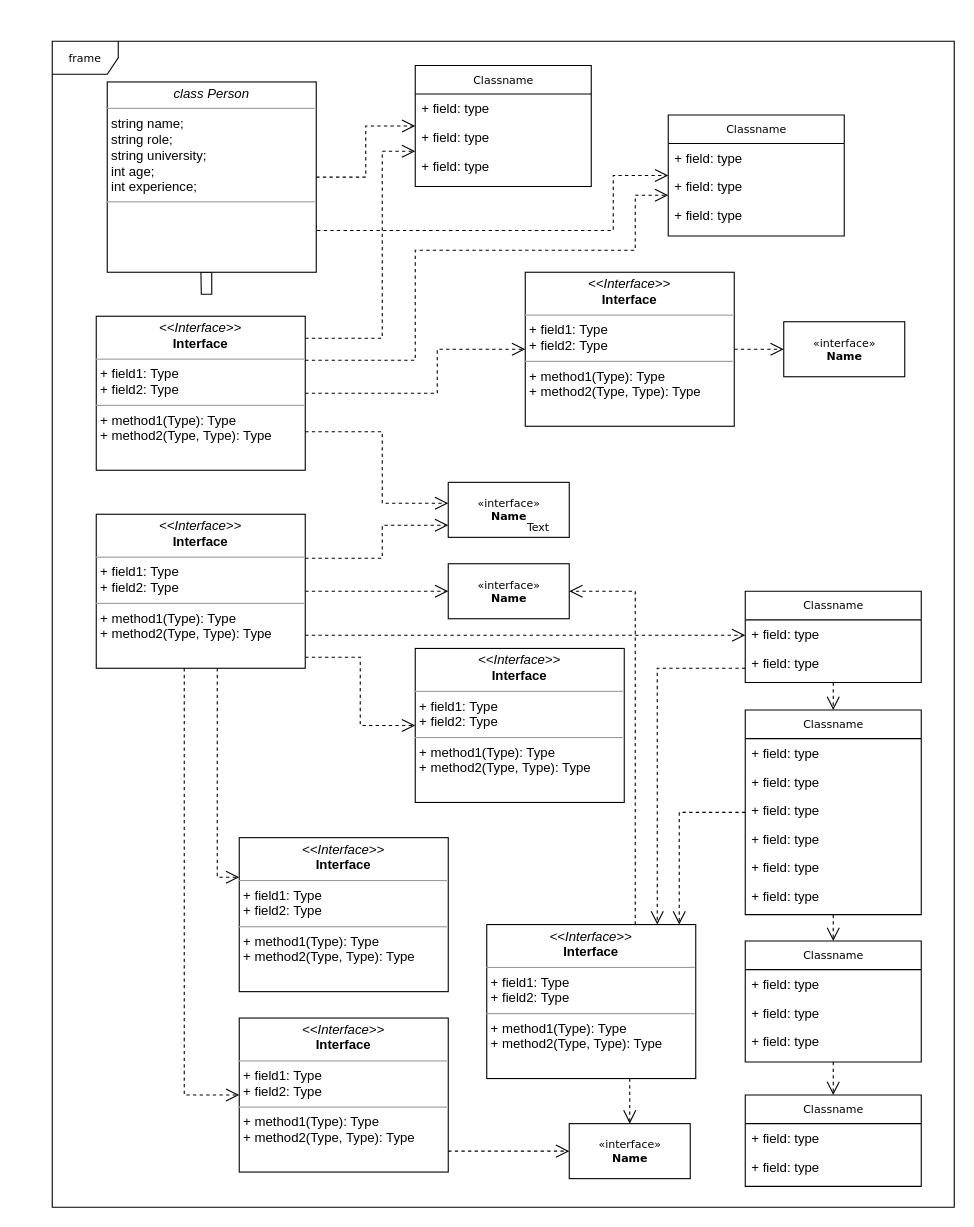
Earlier version of the draw.io diagram Untitled Diagram.drawio (MonishKD/ProgramProject). Source tidied: cells renumbered, new cells numbered last; positions are measured from the earlier drawing's top-left corner, leaving out a move shared by most shapes. Both pictures are drawn from the tidied source at 110%, with x=0, y=0 at pixel (52, 41).
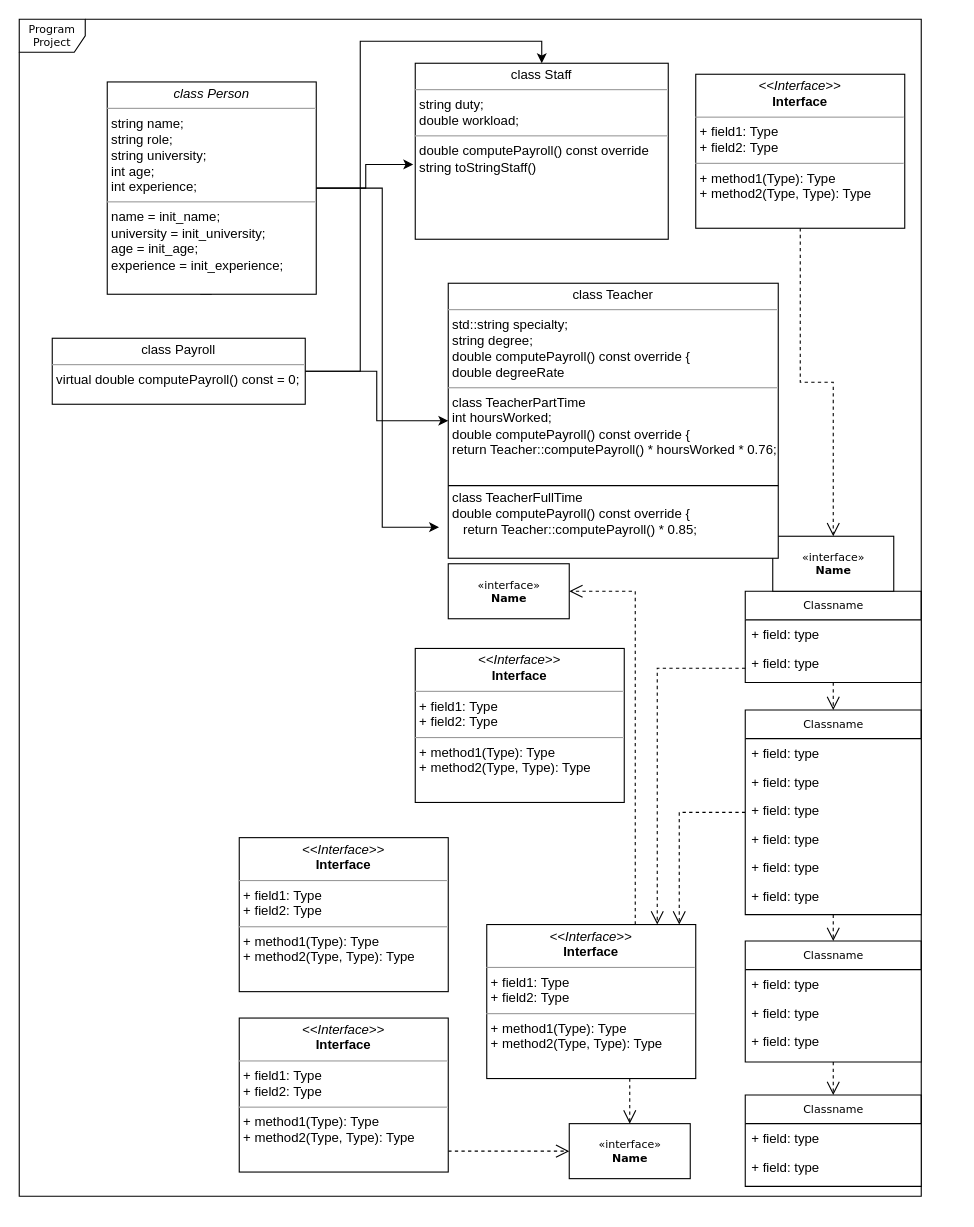
The same page after the edit.

The change refers to these unchanged cells:
```xml
<mxCell id="29" value="Classname" style="swimlane;html=1;fontStyle=0;horizontal=1;startSize=26;fillColor=none;swimlaneFillColor=#ffffff;rounded=0;shadow=0;comic=0;labelBackgroundColor=none;strokeWidth=1;fontFamily=Verdana;fontSize=10;align=center;" parent="1" vertex="1">
  <mxGeometry x="630" y="500" width="160" height="83" as="geometry" />
</mxCell>
<mxCell id="36" value="&lt;p style=&quot;margin:0px;margin-top:4px;text-align:center;&quot;&gt;&lt;i&gt;&amp;lt;&amp;lt;Interface&amp;gt;&amp;gt;&lt;/i&gt;&lt;br/&gt;&lt;b&gt;Interface&lt;/b&gt;&lt;/p&gt;&lt;hr size=&quot;1&quot;/&gt;&lt;p style=&quot;margin:0px;margin-left:4px;&quot;&gt;+ field1: Type&lt;br/&gt;+ field2: Type&lt;/p&gt;&lt;hr size=&quot;1&quot;/&gt;&lt;p style=&quot;margin:0px;margin-left:4px;&quot;&gt;+ method1(Type): Type&lt;br/&gt;+ method2(Type, Type): Type&lt;/p&gt;" style="verticalAlign=top;align=left;overflow=fill;fontSize=12;fontFamily=Helvetica;html=1;rounded=0;shadow=0;comic=0;labelBackgroundColor=none;strokeWidth=1;" parent="1" vertex="1">
  <mxGeometry x="330" y="552" width="190" height="140" as="geometry" />
</mxCell>
<mxCell id="38" value="&lt;p style=&quot;margin:0px;margin-top:4px;text-align:center;&quot;&gt;&lt;i&gt;&amp;lt;&amp;lt;Interface&amp;gt;&amp;gt;&lt;/i&gt;&lt;br/&gt;&lt;b&gt;Interface&lt;/b&gt;&lt;/p&gt;&lt;hr size=&quot;1&quot;/&gt;&lt;p style=&quot;margin:0px;margin-left:4px;&quot;&gt;+ field1: Type&lt;br/&gt;+ field2: Type&lt;/p&gt;&lt;hr size=&quot;1&quot;/&gt;&lt;p style=&quot;margin:0px;margin-left:4px;&quot;&gt;+ method1(Type): Type&lt;br/&gt;+ method2(Type, Type): Type&lt;/p&gt;" style="verticalAlign=top;align=left;overflow=fill;fontSize=12;fontFamily=Helvetica;html=1;rounded=0;shadow=0;comic=0;labelBackgroundColor=none;strokeWidth=1;" parent="1" vertex="1">
  <mxGeometry x="170" y="888" width="190" height="140" as="geometry" />
</mxCell>
<mxCell id="39" value="&lt;p style=&quot;margin:0px;margin-top:4px;text-align:center;&quot;&gt;&lt;i&gt;&amp;lt;&amp;lt;Interface&amp;gt;&amp;gt;&lt;/i&gt;&lt;br/&gt;&lt;b&gt;Interface&lt;/b&gt;&lt;/p&gt;&lt;hr size=&quot;1&quot;/&gt;&lt;p style=&quot;margin:0px;margin-left:4px;&quot;&gt;+ field1: Type&lt;br/&gt;+ field2: Type&lt;/p&gt;&lt;hr size=&quot;1&quot;/&gt;&lt;p style=&quot;margin:0px;margin-left:4px;&quot;&gt;+ method1(Type): Type&lt;br/&gt;+ method2(Type, Type): Type&lt;/p&gt;" style="verticalAlign=top;align=left;overflow=fill;fontSize=12;fontFamily=Helvetica;html=1;rounded=0;shadow=0;comic=0;labelBackgroundColor=none;strokeWidth=1;" parent="1" vertex="1">
  <mxGeometry x="170" y="724" width="190" height="140" as="geometry" />
</mxCell>
<mxCell id="40" value="&amp;laquo;interface&amp;raquo;&lt;br&gt;&lt;b&gt;Name&lt;/b&gt;" style="html=1;rounded=0;shadow=0;comic=0;labelBackgroundColor=none;strokeWidth=1;fontFamily=Verdana;fontSize=10;align=center;" parent="1" vertex="1">
  <mxGeometry x="360" y="475" width="110" height="50" as="geometry" />
</mxCell>
```

Change to the diagram source:
```diff
@@
-    <mxCell id="2" value="frame" style="shape=umlFrame;whiteSpace=wrap;html=1;rounded=0;shadow=0;comic=0;labelBackgroundColor=none;strokeWidth=1;fontFamily=Verdana;fontSize=10;align=center;" parent="1" vertex="1">
-      <mxGeometry width="820" height="1060" as="geometry" />
+    <mxCell id="2" value="Program Project" style="shape=umlFrame;whiteSpace=wrap;html=1;rounded=0;shadow=0;comic=0;labelBackgroundColor=none;strokeWidth=1;fontFamily=Verdana;fontSize=10;align=center;" parent="1" vertex="1">
+      <mxGeometry x="-30" y="-20" width="820" height="1070" as="geometry" />
     </mxCell>
@@
-    <mxCell id="12" value="Classname" style="swimlane;html=1;fontStyle=0;horizontal=1;startSize=26;fillColor=none;swimlaneFillColor=#ffffff;rounded=0;shadow=0;comic=0;labelBackgroundColor=none;strokeWidth=1;fontFamily=Verdana;fontSize=10;align=center;" parent="1" vertex="1">
-      <mxGeometry x="330" y="22" width="160" height="110" as="geometry" />
-    </mxCell>
-    <mxCell id="13" value="+ field: type" style="text;html=1;strokeColor=none;fillColor=none;align=left;verticalAlign=top;spacingLeft=4;spacingRight=4;whiteSpace=wrap;overflow=hidden;" parent="12" vertex="1">
-      <mxGeometry y="26" width="160" height="26" as="geometry" />
-    </mxCell>
-    <mxCell id="14" value="+ field: type" style="text;html=1;strokeColor=none;fillColor=none;align=left;verticalAlign=top;spacingLeft=4;spacingRight=4;whiteSpace=wrap;overflow=hidden;" parent="12" vertex="1">
-      <mxGeometry y="52" width="160" height="26" as="geometry" />
-    </mxCell>
-    <mxCell id="15" value="+ field: type" style="text;html=1;strokeColor=none;fillColor=none;align=left;verticalAlign=top;spacingLeft=4;spacingRight=4;whiteSpace=wrap;overflow=hidden;" parent="12" vertex="1">
-      <mxGeometry y="78" width="160" height="26" as="geometry" />
-    </mxCell>
-    <mxCell id="16" value="Classname" style="swimlane;html=1;fontStyle=0;horizontal=1;startSize=26;fillColor=none;swimlaneFillColor=#ffffff;rounded=0;shadow=0;comic=0;labelBackgroundColor=none;strokeWidth=1;fontFamily=Verdana;fontSize=10;align=center;" parent="1" vertex="1">
-      <mxGeometry x="560" y="67" width="160" height="110" as="geometry" />
-    </mxCell>
-    <mxCell id="17" value="+ field: type" style="text;html=1;strokeColor=none;fillColor=none;align=left;verticalAlign=top;spacingLeft=4;spacingRight=4;whiteSpace=wrap;overflow=hidden;" parent="16" vertex="1">
-      <mxGeometry y="26" width="160" height="26" as="geometry" />
-    </mxCell>
-    <mxCell id="18" value="+ field: type" style="text;html=1;strokeColor=none;fillColor=none;align=left;verticalAlign=top;spacingLeft=4;spacingRight=4;whiteSpace=wrap;overflow=hidden;" parent="16" vertex="1">
-      <mxGeometry y="52" width="160" height="26" as="geometry" />
-    </mxCell>
-    <mxCell id="19" value="+ field: type" style="text;html=1;strokeColor=none;fillColor=none;align=left;verticalAlign=top;spacingLeft=4;spacingRight=4;whiteSpace=wrap;overflow=hidden;" parent="16" vertex="1">
-      <mxGeometry y="78" width="160" height="26" as="geometry" />
-    </mxCell>
@@
-    <mxCell id="41" value="&amp;laquo;interface&amp;raquo;&lt;br&gt;&lt;b&gt;Name&lt;/b&gt;" style="html=1;rounded=0;shadow=0;comic=0;labelBackgroundColor=none;strokeWidth=1;fontFamily=Verdana;fontSize=10;align=center;" parent="1" vertex="1">
-      <mxGeometry x="360" y="401" width="110" height="50" as="geometry" />
-    </mxCell>
@@
     <mxCell id="43" value="&lt;p style=&quot;margin:0px;margin-top:4px;text-align:center;&quot;&gt;&lt;i&gt;&amp;lt;&amp;lt;Interface&amp;gt;&amp;gt;&lt;/i&gt;&lt;br/&gt;&lt;b&gt;Interface&lt;/b&gt;&lt;/p&gt;&lt;hr size=&quot;1&quot;/&gt;&lt;p style=&quot;margin:0px;margin-left:4px;&quot;&gt;+ field1: Type&lt;br/&gt;+ field2: Type&lt;/p&gt;&lt;hr size=&quot;1&quot;/&gt;&lt;p style=&quot;margin:0px;margin-left:4px;&quot;&gt;+ method1(Type): Type&lt;br/&gt;+ method2(Type, Type): Type&lt;/p&gt;" style="verticalAlign=top;align=left;overflow=fill;fontSize=12;fontFamily=Helvetica;html=1;rounded=0;shadow=0;comic=0;labelBackgroundColor=none;strokeWidth=1;" parent="1" vertex="1">
-      <mxGeometry x="430" y="210" width="190" height="140" as="geometry" />
+      <mxGeometry x="585" y="30" width="190" height="140" as="geometry" />
     </mxCell>
-    <mxCell id="44" value="Text" style="text;html=1;align=left;verticalAlign=top;spacingTop=-4;fontSize=10;fontFamily=Verdana;fontColor=#000000;" parent="1" vertex="1">
-      <mxGeometry x="430" y="434" width="40" height="10" as="geometry" />
-    </mxCell>
     <mxCell id="45" value="&amp;laquo;interface&amp;raquo;&lt;br&gt;&lt;b&gt;Name&lt;/b&gt;" style="html=1;rounded=0;shadow=0;comic=0;labelBackgroundColor=none;strokeWidth=1;fontFamily=Verdana;fontSize=10;align=center;" parent="1" vertex="1">
-      <mxGeometry x="665" y="255" width="110" height="50" as="geometry" />
+      <mxGeometry x="655" y="450" width="110" height="50" as="geometry" />
     </mxCell>
-    <mxCell id="46" style="edgeStyle=orthogonalEdgeStyle;rounded=0;html=1;labelBackgroundColor=none;startFill=0;endArrow=open;endFill=0;endSize=10;fontFamily=Verdana;fontSize=10;dashed=1;" parent="1" edge="1" source="50" target="12">
-      <mxGeometry relative="1" as="geometry" />
-    </mxCell>
-    <mxCell id="47" style="edgeStyle=orthogonalEdgeStyle;rounded=0;html=1;exitX=1;exitY=0.75;dashed=1;labelBackgroundColor=none;startFill=0;endArrow=open;endFill=0;endSize=10;fontFamily=Verdana;fontSize=10;" parent="1" edge="1" source="50" target="16">
-      <mxGeometry relative="1" as="geometry">
-        <Array as="points">
-          <mxPoint x="510" y="172" />
-          <mxPoint x="510" y="122" />
-        </Array>
-      </mxGeometry>
-    </mxCell>
-    <mxCell id="48" style="edgeStyle=orthogonalEdgeStyle;rounded=0;jettySize=auto;html=1;" parent="1" edge="1" source="50">
-      <mxGeometry relative="1" as="geometry">
-        <mxPoint x="135" y="200" as="targetPoint" />
-      </mxGeometry>
-    </mxCell>
@@
+    <mxCell id="64" style="edgeStyle=orthogonalEdgeStyle;rounded=0;jettySize=auto;html=1;entryX=-0.008;entryY=0.575;entryDx=0;entryDy=0;entryPerimeter=0;" parent="1" edge="1" source="50" target="67">
+      <mxGeometry relative="1" as="geometry" />
+    </mxCell>
-    <mxCell id="50" value="&lt;p style=&quot;margin:0px;margin-top:4px;text-align:center;&quot;&gt;&lt;i&gt;class Person&lt;/i&gt;&lt;/p&gt;&lt;hr size=&quot;1&quot;&gt;&lt;p style=&quot;margin:0px;margin-left:4px;&quot;&gt;string name;&amp;nbsp;&lt;/p&gt;&lt;p style=&quot;margin:0px;margin-left:4px;&quot;&gt;string role;&amp;nbsp;&lt;/p&gt;&lt;p style=&quot;margin:0px;margin-left:4px;&quot;&gt;string university;&amp;nbsp;&lt;/p&gt;&lt;p style=&quot;margin:0px;margin-left:4px;&quot;&gt;int age;&amp;nbsp;&lt;/p&gt;&lt;p style=&quot;margin:0px;margin-left:4px;&quot;&gt;int experience;&amp;nbsp;&lt;/p&gt;&lt;hr size=&quot;1&quot;&gt;&lt;p style=&quot;margin:0px;margin-left:4px;&quot;&gt;&lt;br&gt;&lt;/p&gt;" style="verticalAlign=top;align=left;overflow=fill;fontSize=12;fontFamily=Helvetica;html=1;rounded=0;shadow=0;comic=0;labelBackgroundColor=none;strokeWidth=1;" parent="1" vertex="1">
-      <mxGeometry x="50" y="37" width="190" height="173" as="geometry" />
+    <mxCell id="50" value="&lt;p style=&quot;margin:0px;margin-top:4px;text-align:center;&quot;&gt;&lt;i&gt;class Person&lt;/i&gt;&lt;/p&gt;&lt;hr size=&quot;1&quot;&gt;&lt;p style=&quot;margin:0px;margin-left:4px;&quot;&gt;string name;&amp;nbsp;&lt;/p&gt;&lt;p style=&quot;margin:0px;margin-left:4px;&quot;&gt;string role;&amp;nbsp;&lt;/p&gt;&lt;p style=&quot;margin:0px;margin-left:4px;&quot;&gt;string university;&amp;nbsp;&lt;/p&gt;&lt;p style=&quot;margin:0px;margin-left:4px;&quot;&gt;int age;&amp;nbsp;&lt;/p&gt;&lt;p style=&quot;margin:0px;margin-left:4px;&quot;&gt;int experience;&amp;nbsp;&lt;/p&gt;&lt;hr size=&quot;1&quot;&gt;&lt;p style=&quot;margin:0px;margin-left:4px;&quot;&gt;name = init_name;&amp;nbsp;&lt;/p&gt;&lt;p style=&quot;margin:0px;margin-left:4px;&quot;&gt;university = init_university;&amp;nbsp;&lt;/p&gt;&lt;p style=&quot;margin:0px;margin-left:4px;&quot;&gt;age = init_age;&amp;nbsp;&lt;/p&gt;&lt;p style=&quot;margin:0px;margin-left:4px;&quot;&gt;experience = init_experience;&amp;nbsp;&lt;/p&gt;" style="verticalAlign=top;align=left;overflow=fill;fontSize=12;fontFamily=Helvetica;html=1;rounded=0;shadow=0;comic=0;labelBackgroundColor=none;strokeWidth=1;" parent="1" vertex="1">
+      <mxGeometry x="50" y="37" width="190" height="193" as="geometry" />
     </mxCell>
-    <mxCell id="51" style="edgeStyle=orthogonalEdgeStyle;rounded=0;html=1;dashed=1;labelBackgroundColor=none;startFill=0;endArrow=open;endFill=0;endSize=10;fontFamily=Verdana;fontSize=10;" parent="1" edge="1" source="55" target="12">
-      <mxGeometry relative="1" as="geometry">
-        <Array as="points">
-          <mxPoint x="300" y="270" />
-          <mxPoint x="300" y="100" />
-        </Array>
-      </mxGeometry>
-    </mxCell>
-    <mxCell id="52" style="edgeStyle=orthogonalEdgeStyle;rounded=0;html=1;dashed=1;labelBackgroundColor=none;startFill=0;endArrow=open;endFill=0;endSize=10;fontFamily=Verdana;fontSize=10;" parent="1" edge="1" source="55" target="16">
-      <mxGeometry relative="1" as="geometry">
-        <Array as="points">
-          <mxPoint x="330" y="290" />
-          <mxPoint x="330" y="190" />
-          <mxPoint x="530" y="190" />
-          <mxPoint x="530" y="140" />
-        </Array>
-      </mxGeometry>
-    </mxCell>
-    <mxCell id="53" style="edgeStyle=orthogonalEdgeStyle;rounded=0;html=1;dashed=1;labelBackgroundColor=none;startFill=0;endArrow=open;endFill=0;endSize=10;fontFamily=Verdana;fontSize=10;" parent="1" edge="1" source="55" target="43">
-      <mxGeometry relative="1" as="geometry">
-        <Array as="points">
-          <mxPoint x="350" y="320" />
-          <mxPoint x="350" y="280" />
-        </Array>
-      </mxGeometry>
-    </mxCell>
-    <mxCell id="54" style="edgeStyle=orthogonalEdgeStyle;rounded=0;html=1;exitX=1;exitY=0.75;dashed=1;labelBackgroundColor=none;startFill=0;endArrow=open;endFill=0;endSize=10;fontFamily=Verdana;fontSize=10;" parent="1" edge="1" source="55" target="41">
-      <mxGeometry relative="1" as="geometry">
-        <Array as="points">
-          <mxPoint x="300" y="355" />
-          <mxPoint x="300" y="420" />
-        </Array>
-      </mxGeometry>
-    </mxCell>
-    <mxCell id="55" value="&lt;p style=&quot;margin:0px;margin-top:4px;text-align:center;&quot;&gt;&lt;i&gt;&amp;lt;&amp;lt;Interface&amp;gt;&amp;gt;&lt;/i&gt;&lt;br/&gt;&lt;b&gt;Interface&lt;/b&gt;&lt;/p&gt;&lt;hr size=&quot;1&quot;/&gt;&lt;p style=&quot;margin:0px;margin-left:4px;&quot;&gt;+ field1: Type&lt;br/&gt;+ field2: Type&lt;/p&gt;&lt;hr size=&quot;1&quot;/&gt;&lt;p style=&quot;margin:0px;margin-left:4px;&quot;&gt;+ method1(Type): Type&lt;br/&gt;+ method2(Type, Type): Type&lt;/p&gt;" style="verticalAlign=top;align=left;overflow=fill;fontSize=12;fontFamily=Helvetica;html=1;rounded=0;shadow=0;comic=0;labelBackgroundColor=none;strokeWidth=1;" parent="1" vertex="1">
-      <mxGeometry x="40" y="250" width="190" height="140" as="geometry" />
+    <mxCell id="55" value="&lt;p style=&quot;margin:0px;margin-top:4px;text-align:center;&quot;&gt;class Teacher&lt;/p&gt;&lt;hr size=&quot;1&quot;&gt;&lt;p style=&quot;margin:0px;margin-left:4px;&quot;&gt;std::string specialty;&lt;/p&gt;&lt;p style=&quot;margin:0px;margin-left:4px;&quot;&gt;string degree;&lt;/p&gt;&lt;p style=&quot;margin:0px;margin-left:4px;&quot;&gt;double computePayroll() const override {&lt;br&gt;&lt;/p&gt;&lt;p style=&quot;margin:0px;margin-left:4px;&quot;&gt;double degreeRate&lt;br&gt;&lt;/p&gt;&lt;hr size=&quot;1&quot;&gt;&lt;p style=&quot;margin:0px;margin-left:4px;&quot;&gt;class TeacherPartTime&lt;br&gt;&lt;/p&gt;&lt;p style=&quot;margin:0px;margin-left:4px;&quot;&gt;int hoursWorked;&lt;br&gt;&lt;/p&gt;&lt;p style=&quot;margin:0px;margin-left:4px;&quot;&gt;double computePayroll() const override {&lt;br&gt;&lt;/p&gt;&lt;p style=&quot;margin:0px;margin-left:4px;&quot;&gt;return Teacher::computePayroll() * hoursWorked * 0.76;&lt;br&gt;&lt;/p&gt;&lt;p style=&quot;margin:0px;margin-left:4px;&quot;&gt;&lt;br&gt;&lt;/p&gt;&lt;p style=&quot;margin:0px;margin-left:4px;&quot;&gt;&lt;br&gt;&lt;/p&gt;&lt;p style=&quot;margin:0px;margin-left:4px;&quot;&gt;class TeacherFullTime&lt;br&gt;&lt;/p&gt;&lt;p style=&quot;margin:0px;margin-left:4px;&quot;&gt;double computePayroll() const override {&lt;/p&gt;&lt;p style=&quot;margin:0px;margin-left:4px;&quot;&gt;&amp;nbsp; &amp;nbsp;return Teacher::computePayroll() * 0.85;&lt;/p&gt;" style="verticalAlign=top;align=left;overflow=fill;fontSize=12;fontFamily=Helvetica;html=1;rounded=0;shadow=0;comic=0;labelBackgroundColor=none;strokeWidth=1;" parent="1" vertex="1">
+      <mxGeometry x="360" y="220" width="300" height="250" as="geometry" />
     </mxCell>
-    <mxCell id="56" style="edgeStyle=orthogonalEdgeStyle;rounded=0;html=1;dashed=1;labelBackgroundColor=none;startFill=0;endArrow=open;endFill=0;endSize=10;fontFamily=Verdana;fontSize=10;" parent="1" edge="1" source="62" target="41">
-      <mxGeometry relative="1" as="geometry">
-        <Array as="points">
-          <mxPoint x="300" y="470" />
-          <mxPoint x="300" y="440" />
-        </Array>
-      </mxGeometry>
-    </mxCell>
-    <mxCell id="57" style="edgeStyle=orthogonalEdgeStyle;rounded=0;html=1;dashed=1;labelBackgroundColor=none;startFill=0;endArrow=open;endFill=0;endSize=10;fontFamily=Verdana;fontSize=10;" parent="1" edge="1" source="62" target="40">
-      <mxGeometry relative="1" as="geometry" />
-    </mxCell>
-    <mxCell id="58" style="edgeStyle=orthogonalEdgeStyle;rounded=0;html=1;dashed=1;labelBackgroundColor=none;startFill=0;endArrow=open;endFill=0;endSize=10;fontFamily=Verdana;fontSize=10;" parent="1" edge="1" source="62" target="36">
-      <mxGeometry relative="1" as="geometry">
-        <Array as="points">
-          <mxPoint x="280" y="560" />
-          <mxPoint x="280" y="622" />
-        </Array>
-      </mxGeometry>
-    </mxCell>
-    <mxCell id="59" style="edgeStyle=orthogonalEdgeStyle;rounded=0;html=1;dashed=1;labelBackgroundColor=none;startFill=0;endArrow=open;endFill=0;endSize=10;fontFamily=Verdana;fontSize=10;" parent="1" edge="1" source="62" target="29">
-      <mxGeometry relative="1" as="geometry">
-        <Array as="points">
-          <mxPoint x="330" y="540" />
-          <mxPoint x="330" y="540" />
-        </Array>
-      </mxGeometry>
-    </mxCell>
-    <mxCell id="60" style="edgeStyle=orthogonalEdgeStyle;rounded=0;html=1;dashed=1;labelBackgroundColor=none;startFill=0;endArrow=open;endFill=0;endSize=10;fontFamily=Verdana;fontSize=10;" parent="1" edge="1" source="62" target="39">
-      <mxGeometry relative="1" as="geometry">
-        <Array as="points">
-          <mxPoint x="150" y="760" />
-        </Array>
-      </mxGeometry>
-    </mxCell>
-    <mxCell id="61" style="edgeStyle=orthogonalEdgeStyle;rounded=0;html=1;dashed=1;labelBackgroundColor=none;startFill=0;endArrow=open;endFill=0;endSize=10;fontFamily=Verdana;fontSize=10;" parent="1" edge="1" source="62" target="38">
-      <mxGeometry relative="1" as="geometry">
-        <Array as="points">
-          <mxPoint x="120" y="958" />
-        </Array>
-      </mxGeometry>
-    </mxCell>
+    <mxCell id="65" style="edgeStyle=orthogonalEdgeStyle;rounded=0;jettySize=auto;html=1;entryX=0.5;entryY=0;entryDx=0;entryDy=0;" parent="1" edge="1" source="62" target="67">
+      <mxGeometry relative="1" as="geometry" />
+    </mxCell>
+    <mxCell id="66" style="edgeStyle=orthogonalEdgeStyle;rounded=0;jettySize=auto;html=1;" parent="1" edge="1" source="62" target="55">
+      <mxGeometry relative="1" as="geometry" />
+    </mxCell>
-    <mxCell id="62" value="&lt;p style=&quot;margin:0px;margin-top:4px;text-align:center;&quot;&gt;&lt;i&gt;&amp;lt;&amp;lt;Interface&amp;gt;&amp;gt;&lt;/i&gt;&lt;br/&gt;&lt;b&gt;Interface&lt;/b&gt;&lt;/p&gt;&lt;hr size=&quot;1&quot;/&gt;&lt;p style=&quot;margin:0px;margin-left:4px;&quot;&gt;+ field1: Type&lt;br/&gt;+ field2: Type&lt;/p&gt;&lt;hr size=&quot;1&quot;/&gt;&lt;p style=&quot;margin:0px;margin-left:4px;&quot;&gt;+ method1(Type): Type&lt;br/&gt;+ method2(Type, Type): Type&lt;/p&gt;" style="verticalAlign=top;align=left;overflow=fill;fontSize=12;fontFamily=Helvetica;html=1;rounded=0;shadow=0;comic=0;labelBackgroundColor=none;strokeWidth=1;" parent="1" vertex="1">
-      <mxGeometry x="40" y="430" width="190" height="140" as="geometry" />
+    <mxCell id="62" value="&lt;p style=&quot;margin:0px;margin-top:4px;text-align:center;&quot;&gt;class Payroll&lt;/p&gt;&lt;hr size=&quot;1&quot;&gt;&lt;p style=&quot;margin:0px;margin-left:4px;&quot;&gt;virtual double computePayroll() const = 0;&lt;br&gt;&lt;/p&gt;&lt;p style=&quot;margin:0px;margin-left:4px;&quot;&gt;&lt;br&gt;&lt;/p&gt;" style="verticalAlign=top;align=left;overflow=fill;fontSize=12;fontFamily=Helvetica;html=1;rounded=0;shadow=0;comic=0;labelBackgroundColor=none;strokeWidth=1;" parent="1" vertex="1">
+      <mxGeometry y="270" width="230" height="60" as="geometry" />
     </mxCell>
@@
+    <mxCell id="67" value="&lt;p style=&quot;margin:0px;margin-top:4px;text-align:center;&quot;&gt;class Staff&lt;/p&gt;&lt;hr size=&quot;1&quot;&gt;&lt;p style=&quot;margin:0px;margin-left:4px;&quot;&gt;string duty;&lt;/p&gt;&lt;p style=&quot;margin:0px;margin-left:4px;&quot;&gt;double workload;&lt;/p&gt;&lt;hr size=&quot;1&quot;&gt;&lt;p style=&quot;margin:0px;margin-left:4px;&quot;&gt;double computePayroll() const override&lt;br&gt;&lt;/p&gt;&lt;p style=&quot;margin:0px;margin-left:4px;&quot;&gt;string toStringStaff()&lt;br&gt;&lt;/p&gt;&lt;p style=&quot;margin:0px;margin-left:4px;&quot;&gt;&lt;br&gt;&lt;/p&gt;" style="verticalAlign=top;align=left;overflow=fill;fontSize=12;fontFamily=Helvetica;html=1;rounded=0;shadow=0;comic=0;labelBackgroundColor=none;strokeWidth=1;" parent="1" vertex="1">
+      <mxGeometry x="330" y="20" width="230" height="160" as="geometry" />
+    </mxCell>
+    <mxCell id="68" style="edgeStyle=orthogonalEdgeStyle;rounded=0;jettySize=auto;html=1;entryX=-0.028;entryY=0.887;entryDx=0;entryDy=0;entryPerimeter=0;" parent="1" edge="1" source="50" target="55">
+      <mxGeometry relative="1" as="geometry" />
+    </mxCell>
+    <mxCell id="69" style="line;strokeWidth=1;fillColor=none;align=left;verticalAlign=middle;spacingTop=-1;spacingLeft=3;spacingRight=3;labelPosition=right;strokeColor=inherit;" parent="1" vertex="1">
+      <mxGeometry x="360" y="400" width="300" height="8" as="geometry" />
+    </mxCell>
```
